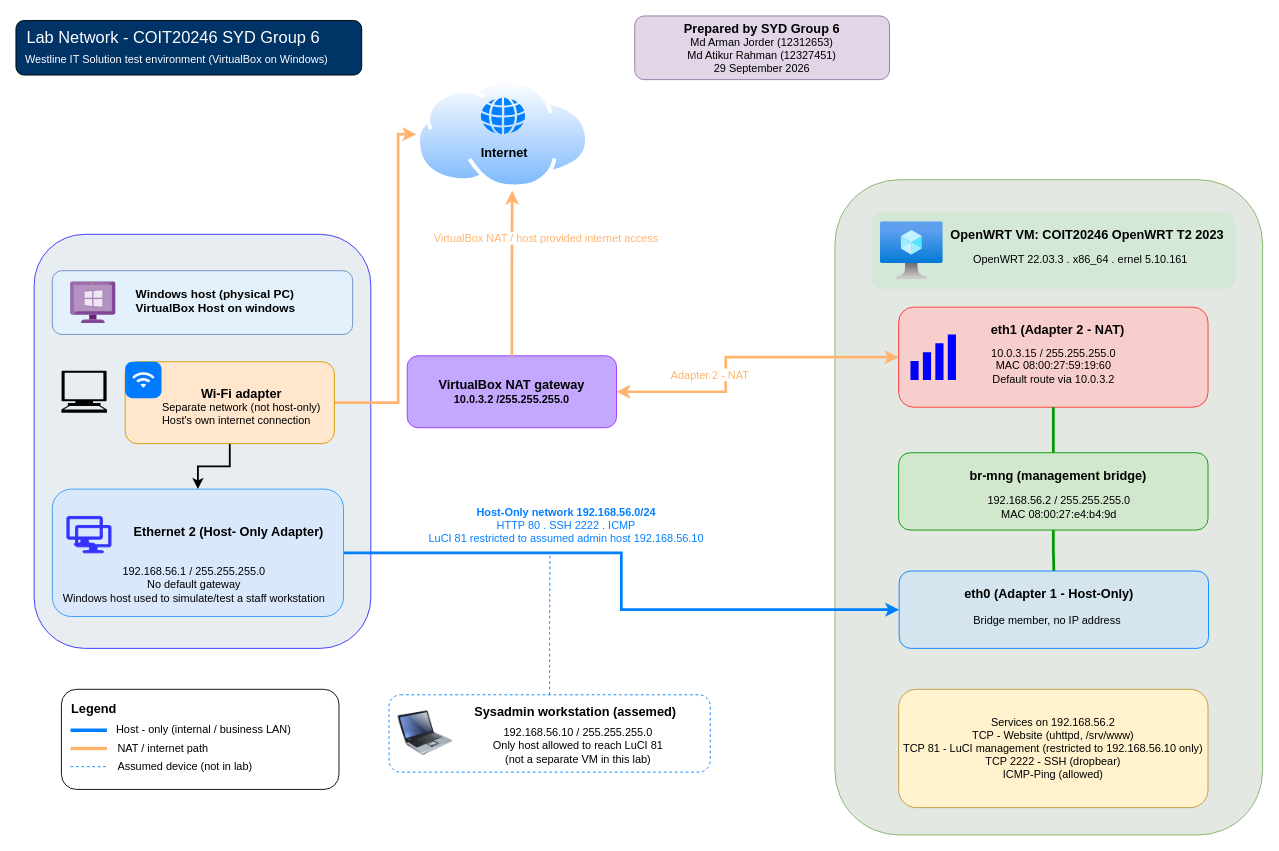
The draw.io diagram images/lab-network-diagram.drawio in T22026-COIT20246-Project-30-MM/SYD-Group-6, before the edit. Source tidied: cells renumbered, new cells numbered last; positions are measured from the earlier drawing's top-left corner, leaving out a move shared by most shapes. Both pictures are drawn from the tidied source at 91%, with x=0, y=0 at pixel (15, 15).
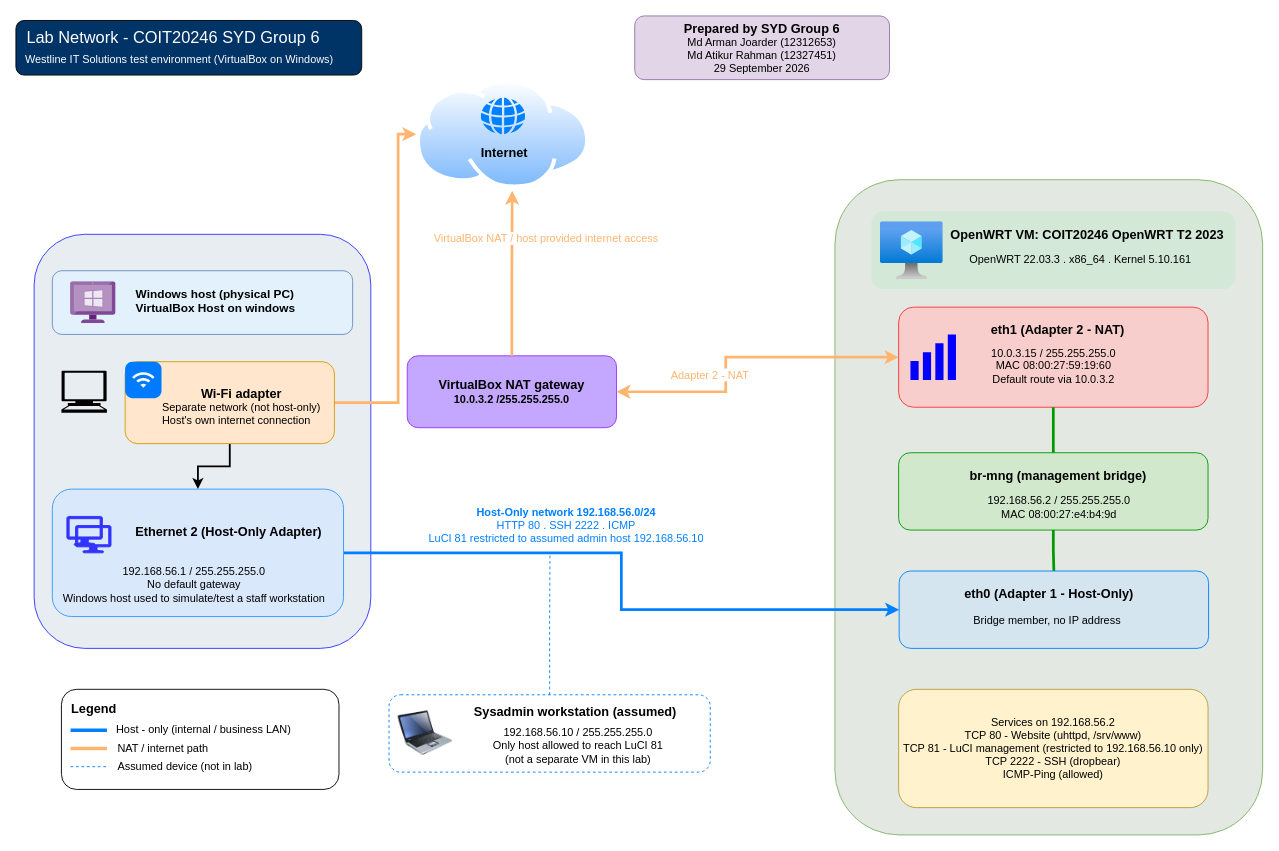
After the change.

Change to the diagram source:
```diff
@@
-    <mxCell id="3" value="&lt;font style=&quot;font-size: 18px; color: rgb(255, 255, 255);&quot;&gt;&amp;nbsp; Lab Network - COIT20246 SYD Group 6&lt;/font&gt;&lt;div&gt;&lt;font style=&quot;font-size: 18px; color: rgb(255, 255, 255);&quot;&gt;&amp;nbsp;&lt;/font&gt;&lt;font style=&quot;color: rgb(255, 255, 255); font-size: 12px;&quot;&gt; Westline IT Solution test environment (VirtualBox on Windows)&lt;/font&gt;&lt;/div&gt;" style="rounded=1;whiteSpace=wrap;html=1;fillColor=#003366;align=left;" parent="1" vertex="1">
+    <mxCell id="3" value="&lt;font style=&quot;font-size: 18px; color: rgb(255, 255, 255);&quot;&gt;&amp;nbsp; Lab Network - COIT20246 SYD Group 6&lt;/font&gt;&lt;div&gt;&lt;font style=&quot;font-size: 18px; color: rgb(255, 255, 255);&quot;&gt;&amp;nbsp;&lt;/font&gt;&lt;font style=&quot;color: rgb(255, 255, 255); font-size: 12px;&quot;&gt; Westline IT Solutions test environment (VirtualBox on Windows)&lt;/font&gt;&lt;/div&gt;" style="rounded=1;whiteSpace=wrap;html=1;fillColor=#003366;align=left;" parent="1" vertex="1">
       <mxGeometry y="5" width="380" height="60" as="geometry" />
     </mxCell>
-    <mxCell id="4" value="&lt;b&gt;&lt;font style=&quot;font-size: 14px;&quot;&gt;Prepared by SYD Group 6&lt;br&gt;&lt;/font&gt;&lt;/b&gt;Md Arman Jorder (12312653)&lt;br&gt;Md Atikur Rahman (12327451)&lt;br&gt;29 September 2026" style="rounded=1;whiteSpace=wrap;html=1;fillColor=#e1d5e7;strokeColor=#9673a6;" parent="1" vertex="1">
+    <mxCell id="4" value="&lt;b&gt;&lt;font style=&quot;font-size: 14px;&quot;&gt;Prepared by SYD Group 6&lt;br&gt;&lt;/font&gt;&lt;/b&gt;Md Arman Joarder (12312653)&lt;br&gt;Md Atikur Rahman (12327451)&lt;br&gt;29 September 2026" style="rounded=1;whiteSpace=wrap;html=1;fillColor=#e1d5e7;strokeColor=#9673a6;" parent="1" vertex="1">
       <mxGeometry x="680" width="280" height="70" as="geometry" />
     </mxCell>
@@
-    <mxCell id="22" value="&lt;b&gt;&lt;font style=&quot;font-size: 14px;&quot;&gt;Ethernet 2 (Host- Only Adapter)&lt;/font&gt;&lt;/b&gt;" style="text;html=1;whiteSpace=wrap;strokeColor=none;fillColor=none;align=center;verticalAlign=middle;rounded=0;" parent="1" vertex="1">
+    <mxCell id="22" value="&lt;b&gt;&lt;font style=&quot;font-size: 14px;&quot;&gt;Ethernet 2 (Host-Only Adapter)&lt;/font&gt;&lt;/b&gt;" style="text;html=1;whiteSpace=wrap;strokeColor=none;fillColor=none;align=center;verticalAlign=middle;rounded=0;" parent="1" vertex="1">
       <mxGeometry x="119" y="552" width="230" height="30" as="geometry" />
     </mxCell>
@@
-    <mxCell id="30" value="OpenWRT 22.03.3 . x86_64 . ernel 5.10.161" style="text;html=1;whiteSpace=wrap;strokeColor=none;fillColor=none;align=center;verticalAlign=middle;rounded=0;" parent="1" vertex="1">
+    <mxCell id="30" value="OpenWRT 22.03.3 . x86_64 . Kernel 5.10.161" style="text;html=1;whiteSpace=wrap;strokeColor=none;fillColor=none;align=center;verticalAlign=middle;rounded=0;" parent="1" vertex="1">
       <mxGeometry x="1030" y="253" width="280" height="30" as="geometry" />
     </mxCell>
@@
-    <mxCell id="42" value="Services on 192.168.56.2&lt;br&gt;TCP - Website (uhttpd, /srv/www)&lt;br&gt;TCP 81 - LuCI management (restricted to 192.168.56.10 only)&lt;br&gt;TCP 2222 - SSH (dropbear)&lt;br&gt;ICMP-Ping (allowed)" style="rounded=1;whiteSpace=wrap;html=1;fillColor=#fff2cc;strokeColor=#BA9A3C;" parent="1" vertex="1">
+    <mxCell id="42" value="Services on 192.168.56.2&lt;br&gt;TCP 80 - Website (uhttpd, /srv/www)&lt;br&gt;TCP 81 - LuCI management (restricted to 192.168.56.10 only)&lt;br&gt;TCP 2222 - SSH (dropbear)&lt;br&gt;ICMP-Ping (allowed)" style="rounded=1;whiteSpace=wrap;html=1;fillColor=#fff2cc;strokeColor=#BA9A3C;" parent="1" vertex="1">
       <mxGeometry x="970" y="740" width="340" height="130" as="geometry" />
     </mxCell>
@@
-    <mxCell id="56" value="&lt;b&gt;&lt;font style=&quot;font-size: 14px;&quot;&gt;Sysadmin workstation (assemed)&lt;/font&gt;&lt;/b&gt;" style="text;html=1;whiteSpace=wrap;strokeColor=none;fillColor=none;align=center;verticalAlign=middle;rounded=0;" parent="1" vertex="1">
+    <mxCell id="56" value="&lt;b&gt;&lt;font style=&quot;font-size: 14px;&quot;&gt;Sysadmin workstation (assumed)&lt;/font&gt;&lt;/b&gt;" style="text;html=1;whiteSpace=wrap;strokeColor=none;fillColor=none;align=center;verticalAlign=middle;rounded=0;" parent="1" vertex="1">
       <mxGeometry x="490" y="750" width="250" height="30" as="geometry" />
     </mxCell>
```
